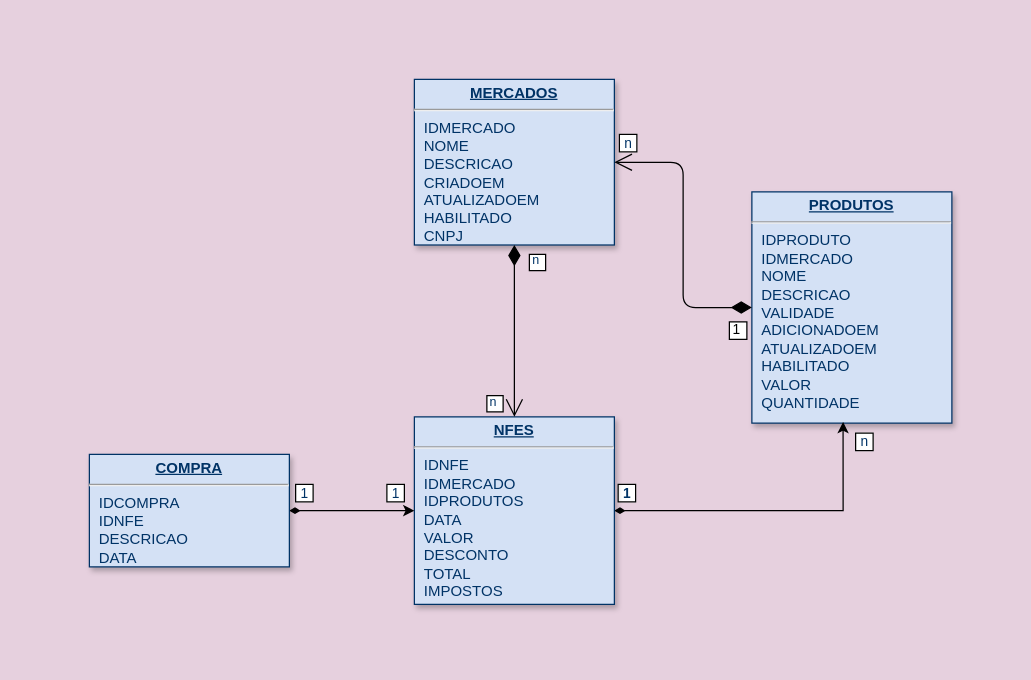
Before: jubilant-guacamole-db.drawio in mrhaubrich/jubilant-guacamole, a draw.io diagram. Source tidied: cells renumbered, new cells numbered last; positions are measured from the earlier drawing's top-left corner, leaving out a move shared by most shapes. Both pictures are drawn from the tidied source at 125%, with x=0, y=0 at pixel (89, 79).
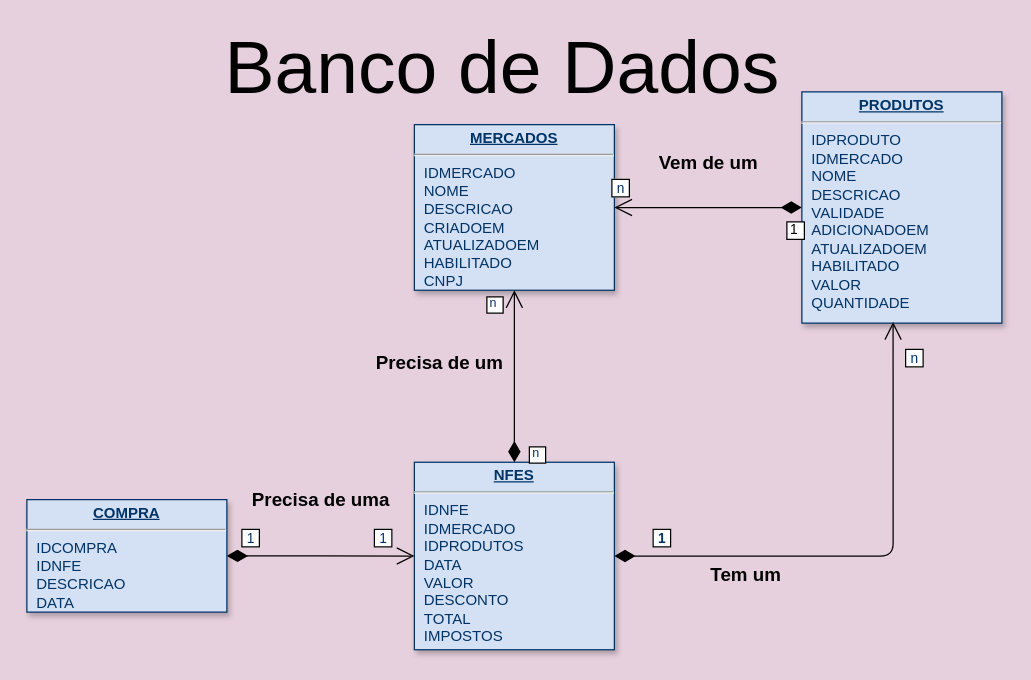
Above is the later version.

Diff of the diagram source:
```diff
@@
     <mxCell id="2" value="&lt;p style=&quot;margin: 0px ; margin-top: 4px ; text-align: center ; text-decoration: underline&quot;&gt;&lt;strong&gt;MERCADOS&lt;/strong&gt;&lt;/p&gt;&lt;hr&gt;&lt;p style=&quot;margin: 0px ; margin-left: 8px&quot;&gt;IDMERCADO&lt;/p&gt;&lt;p style=&quot;margin: 0px ; margin-left: 8px&quot;&gt;NOME&lt;/p&gt;&lt;p style=&quot;margin: 0px ; margin-left: 8px&quot;&gt;DESCRICAO&lt;/p&gt;&lt;p style=&quot;margin: 0px ; margin-left: 8px&quot;&gt;CRIADOEM&lt;/p&gt;&lt;p style=&quot;margin: 0px ; margin-left: 8px&quot;&gt;ATUALIZADOEM&lt;/p&gt;&lt;p style=&quot;margin: 0px ; margin-left: 8px&quot;&gt;HABILITADO&lt;/p&gt;&lt;p style=&quot;margin: 0px ; margin-left: 8px&quot;&gt;CNPJ&lt;/p&gt;" style="verticalAlign=top;align=left;overflow=fill;fontSize=12;fontFamily=Helvetica;html=1;strokeColor=#003366;shadow=1;fillColor=#D4E1F5;fontColor=#003366;" parent="1" vertex="1">
-      <mxGeometry x="260" width="160" height="132.5" as="geometry" />
+      <mxGeometry x="260" y="36.2" width="160" height="132.5" as="geometry" />
     </mxCell>
     <mxCell id="3" value="&lt;p style=&quot;margin: 0px ; margin-top: 4px ; text-align: center ; text-decoration: underline&quot;&gt;&lt;b&gt;PRODUTOS&lt;/b&gt;&lt;/p&gt;&lt;hr&gt;&lt;p style=&quot;margin: 0px ; margin-left: 8px&quot;&gt;IDPRODUTO&lt;/p&gt;&lt;p style=&quot;margin: 0px ; margin-left: 8px&quot;&gt;IDMERCADO&lt;/p&gt;&lt;p style=&quot;margin: 0px ; margin-left: 8px&quot;&gt;NOME&lt;/p&gt;&lt;p style=&quot;margin: 0px ; margin-left: 8px&quot;&gt;DESCRICAO&lt;/p&gt;&lt;p style=&quot;margin: 0px ; margin-left: 8px&quot;&gt;VALIDADE&lt;/p&gt;&lt;p style=&quot;margin: 0px ; margin-left: 8px&quot;&gt;ADICIONADOEM&lt;/p&gt;&lt;p style=&quot;margin: 0px ; margin-left: 8px&quot;&gt;ATUALIZADOEM&lt;/p&gt;&lt;p style=&quot;margin: 0px ; margin-left: 8px&quot;&gt;HABILITADO&lt;/p&gt;&lt;p style=&quot;margin: 0px ; margin-left: 8px&quot;&gt;VALOR&lt;/p&gt;&lt;p style=&quot;margin: 0px ; margin-left: 8px&quot;&gt;QUANTIDADE&lt;/p&gt;" style="verticalAlign=top;align=left;overflow=fill;fontSize=12;fontFamily=Helvetica;html=1;strokeColor=#003366;shadow=1;fillColor=#D4E1F5;fontColor=#003366;" parent="1" vertex="1">
-      <mxGeometry x="530" y="90" width="160" height="185" as="geometry" />
+      <mxGeometry x="570" y="10" width="160" height="185" as="geometry" />
     </mxCell>
-    <mxCell id="4" style="edgeStyle=orthogonalEdgeStyle;rounded=0;jettySize=auto;entryX=0.456;entryY=0.995;entryDx=0;entryDy=0;entryPerimeter=0;labelBorderColor=default;fontColor=#003366;startArrow=diamondThin;startFill=1;verticalAlign=bottom;align=left;" parent="1" edge="1" source="7" target="3">
+    <mxCell id="4" style="edgeStyle=orthogonalEdgeStyle;rounded=1;jettySize=auto;entryX=0.456;entryY=0.995;entryDx=0;entryDy=0;entryPerimeter=0;labelBorderColor=default;fontColor=#003366;startArrow=diamondThin;startFill=1;verticalAlign=bottom;align=left;endSize=12;startSize=14;endArrow=open;endFill=0;" parent="1" edge="1" source="7" target="3">
       <mxGeometry relative="1" as="geometry" />
     </mxCell>
@@
     <mxCell id="7" value="&lt;p style=&quot;margin: 0px ; margin-top: 4px ; text-align: center ; text-decoration: underline&quot;&gt;&lt;strong&gt;NFES&lt;/strong&gt;&lt;/p&gt;&lt;hr&gt;&lt;p style=&quot;margin: 0px ; margin-left: 8px&quot;&gt;IDNFE&lt;/p&gt;&lt;p style=&quot;margin: 0px ; margin-left: 8px&quot;&gt;IDMERCADO&lt;/p&gt;&lt;p style=&quot;margin: 0px ; margin-left: 8px&quot;&gt;IDPRODUTOS&lt;/p&gt;&lt;p style=&quot;margin: 0px ; margin-left: 8px&quot;&gt;DATA&lt;/p&gt;&lt;p style=&quot;margin: 0px ; margin-left: 8px&quot;&gt;VALOR&lt;/p&gt;&lt;p style=&quot;margin: 0px ; margin-left: 8px&quot;&gt;DESCONTO&lt;/p&gt;&lt;p style=&quot;margin: 0px ; margin-left: 8px&quot;&gt;TOTAL&lt;/p&gt;&lt;p style=&quot;margin: 0px ; margin-left: 8px&quot;&gt;IMPOSTOS&lt;/p&gt;" style="verticalAlign=top;align=left;overflow=fill;fontSize=12;fontFamily=Helvetica;html=1;strokeColor=#003366;shadow=1;fillColor=#D4E1F5;fontColor=#003366;" parent="1" vertex="1">
-      <mxGeometry x="260" y="270" width="160" height="150" as="geometry" />
+      <mxGeometry x="260" y="306.3" width="160" height="150" as="geometry" />
     </mxCell>
-    <mxCell id="8" style="endArrow=open;endSize=12;startArrow=diamondThin;startSize=14;startFill=1;edgeStyle=orthogonalEdgeStyle;" parent="1" edge="1" source="2" target="7">
-      <mxGeometry x="629.4" y="228.8" as="geometry" />
+    <mxCell id="8" style="endArrow=open;startArrow=diamondThin;startFill=1;edgeStyle=orthogonalEdgeStyle;shadow=0;sketch=0;endSize=12;startSize=14;" parent="1" edge="1" source="7" target="2">
+      <mxGeometry x="629.4" y="265" as="geometry" />
     </mxCell>
     <mxCell id="9" value=" n " style="align=left;verticalAlign=top;labelBackgroundColor=default;fontSize=10;strokeColor=#003366;shadow=1;fillColor=#D4E1F5;fontColor=#003366;labelBorderColor=default;" parent="8" vertex="1">
       <mxGeometry x="-1" relative="1" as="geometry">
-        <mxPoint x="10" as="offset" />
+        <mxPoint x="10" y="-20" as="offset" />
       </mxGeometry>
     </mxCell>
     <mxCell id="10" value=" n " style="align=right;verticalAlign=top;labelBackgroundColor=#ffffff;fontSize=10;strokeColor=#003366;shadow=1;fillColor=#D4E1F5;fontColor=#003366;labelBorderColor=default;" parent="8" vertex="1">
       <mxGeometry x="1" relative="1" as="geometry">
-        <mxPoint x="-10" y="-25" as="offset" />
+        <mxPoint x="-10" y="-2" as="offset" />
       </mxGeometry>
     </mxCell>
@@
-    <mxCell id="13" style="edgeStyle=orthogonalEdgeStyle;rounded=0;jettySize=auto;html=1;labelBorderColor=default;fontColor=#003366;startArrow=diamondThin;startFill=1;" parent="1" edge="1" source="16" target="7">
+    <mxCell id="13" style="edgeStyle=orthogonalEdgeStyle;rounded=0;jettySize=auto;html=1;labelBorderColor=default;fontColor=#003366;startArrow=diamondThin;startFill=1;endSize=12;startSize=14;endArrow=open;endFill=0;" parent="1" edge="1" source="16" target="7">
       <mxGeometry relative="1" as="geometry" />
     </mxCell>
@@
     <mxCell id="16" value="&lt;p style=&quot;margin: 0px ; margin-top: 4px ; text-align: center ; text-decoration: underline&quot;&gt;&lt;b&gt;COMPRA&lt;/b&gt;&lt;/p&gt;&lt;hr&gt;&lt;p style=&quot;margin: 0px ; margin-left: 8px&quot;&gt;IDCOMPRA&lt;/p&gt;&lt;p style=&quot;margin: 0px ; margin-left: 8px&quot;&gt;IDNFE&lt;/p&gt;&lt;p style=&quot;margin: 0px ; margin-left: 8px&quot;&gt;DESCRICAO&lt;/p&gt;&lt;p style=&quot;margin: 0px ; margin-left: 8px&quot;&gt;&lt;span&gt;DATA&lt;/span&gt;&lt;br&gt;&lt;/p&gt;" style="verticalAlign=top;align=left;overflow=fill;fontSize=12;fontFamily=Helvetica;html=1;strokeColor=#003366;shadow=1;fillColor=#D4E1F5;fontColor=#003366;" parent="1" vertex="1">
-      <mxGeometry y="300" width="160" height="90" as="geometry" />
+      <mxGeometry x="-50" y="336.2" width="160" height="90" as="geometry" />
     </mxCell>
+    <mxCell id="17" value="&lt;b&gt;&lt;font style=&quot;font-size: 15px&quot;&gt;Precisa de uma&lt;/font&gt;&lt;/b&gt;" style="text;html=1;align=center;verticalAlign=middle;strokeColor=none;fillColor=none;" parent="1" vertex="1">
+      <mxGeometry x="120" y="326.2" width="130" height="20" as="geometry" />
+    </mxCell>
+    <mxCell id="18" value="&lt;b&gt;Tem um&lt;/b&gt;" style="text;html=1;align=center;verticalAlign=middle;strokeColor=none;fillColor=none;fontSize=15;" parent="1" vertex="1">
+      <mxGeometry x="490" y="386.2" width="70" height="20" as="geometry" />
+    </mxCell>
+    <mxCell id="19" value="&lt;b&gt;Vem de um&lt;/b&gt;" style="text;html=1;align=center;verticalAlign=middle;strokeColor=none;fillColor=none;fontSize=15;" parent="1" vertex="1">
+      <mxGeometry x="450" y="56.2" width="90" height="20" as="geometry" />
+    </mxCell>
+    <mxCell id="20" value="&lt;b&gt;Precisa de um&lt;/b&gt;" style="text;html=1;align=center;verticalAlign=middle;strokeColor=none;fillColor=none;fontSize=15;" parent="1" vertex="1">
+      <mxGeometry x="220" y="216.2" width="120" height="20" as="geometry" />
+    </mxCell>
+    <mxCell id="21" value="&lt;font style=&quot;font-size: 60px&quot;&gt;Banco de Dados&lt;/font&gt;" style="text;html=1;align=center;verticalAlign=middle;strokeColor=none;fillColor=none;fontSize=15;" parent="1" vertex="1">
+      <mxGeometry x="100" y="-30" width="460" height="40" as="geometry" />
+    </mxCell>
```
